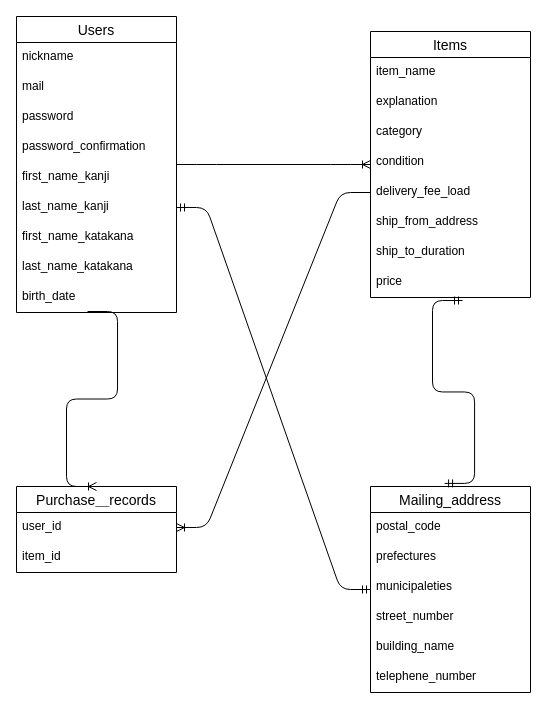
Above: er_illustration.dio in Lubellum/furima-36670 (draw.io), before the change. Source tidied: cells renumbered, new cells numbered last; positions are measured from the earlier drawing's top-left corner, leaving out a move shared by most shapes. Both pictures are drawn from the tidied source at 100%, with x=0, y=0 at pixel (16, 16).
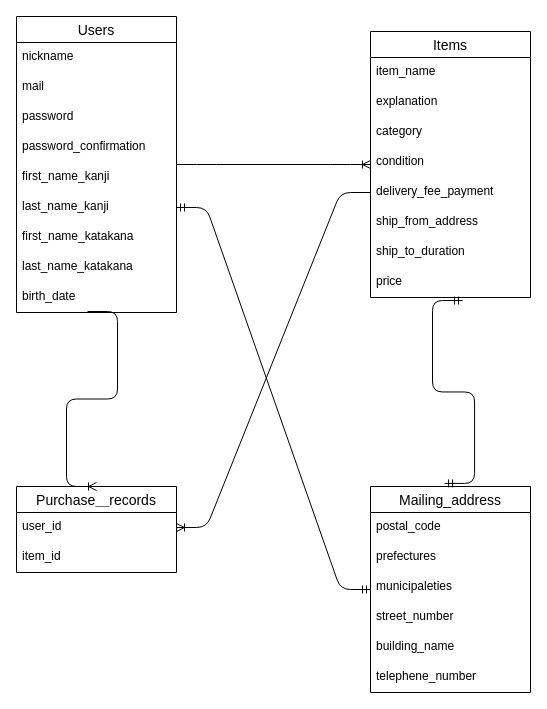
Above is the later version.

Commit message:
「配送料負担側」のカラム名を変更

Unchanged cells that the change refers to:
```xml
<mxCell id="12" value="Items" style="swimlane;fontStyle=0;horizontal=1;startSize=26;align=center;fontSize=14;" parent="1" vertex="1">
  <mxGeometry x="354" y="15" width="160" height="266" as="geometry" />
</mxCell>
```

The edit, as a diff of the source:
```diff
@@
-    <mxCell id="17" value="delivery_fee_load" style="text;strokeColor=none;fillColor=none;spacingLeft=4;spacingRight=4;overflow=hidden;points=[[0,0.5],[1,0.5]];portConstraint=eastwest;fontSize=12;" parent="12" vertex="1">
+    <mxCell id="17" value="delivery_fee_payment" style="text;strokeColor=none;fillColor=none;spacingLeft=4;spacingRight=4;overflow=hidden;points=[[0,0.5],[1,0.5]];portConstraint=eastwest;fontSize=12;" parent="12" vertex="1">
       <mxGeometry y="146" width="160" height="30" as="geometry" />
     </mxCell>
```
